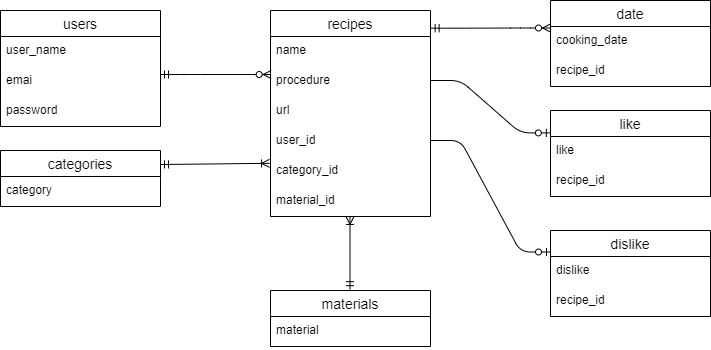
Above: ER.drawio.png in akina0302/MyRecipe (draw.io), before the change. Source tidied: cells renumbered, new cells last; positions are measured from the earlier drawing's top-left corner, leaving out a move shared by most shapes.
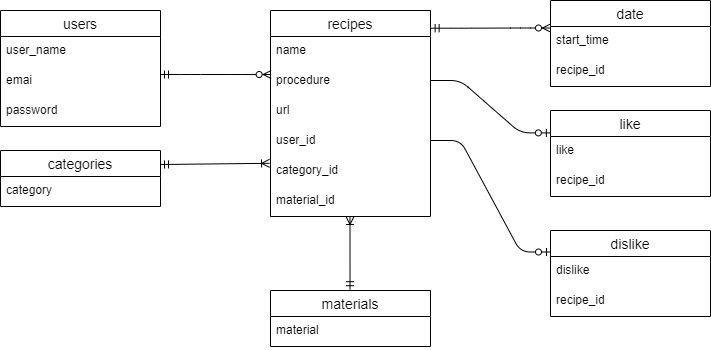
The same file after the commit.

The edit, as a diff of the source:
```diff
@@ -55,7 +55,7 @@
     <mxCell id="16" value="date" style="swimlane;fontStyle=0;horizontal=1;startSize=26;align=center;fontSize=14;" parent="1" vertex="1">
       <mxGeometry x="550" width="160" height="86" as="geometry" />
     </mxCell>
-    <mxCell id="17" value="cooking_date" style="text;strokeColor=none;fillColor=none;spacingLeft=4;spacingRight=4;overflow=hidden;fontSize=12;whiteSpace=wrap;html=1;" parent="16" vertex="1">
+    <mxCell id="17" value="start_time" style="text;strokeColor=none;fillColor=none;spacingLeft=4;spacingRight=4;overflow=hidden;fontSize=12;whiteSpace=wrap;html=1;" parent="16" vertex="1">
       <mxGeometry y="26" width="160" height="30" as="geometry" />
     </mxCell>
     <mxCell id="18" value="recipe_id" style="text;strokeColor=none;fillColor=none;spacingLeft=4;spacingRight=4;overflow=hidden;fontSize=12;whiteSpace=wrap;html=1;" parent="16" vertex="1">
```
